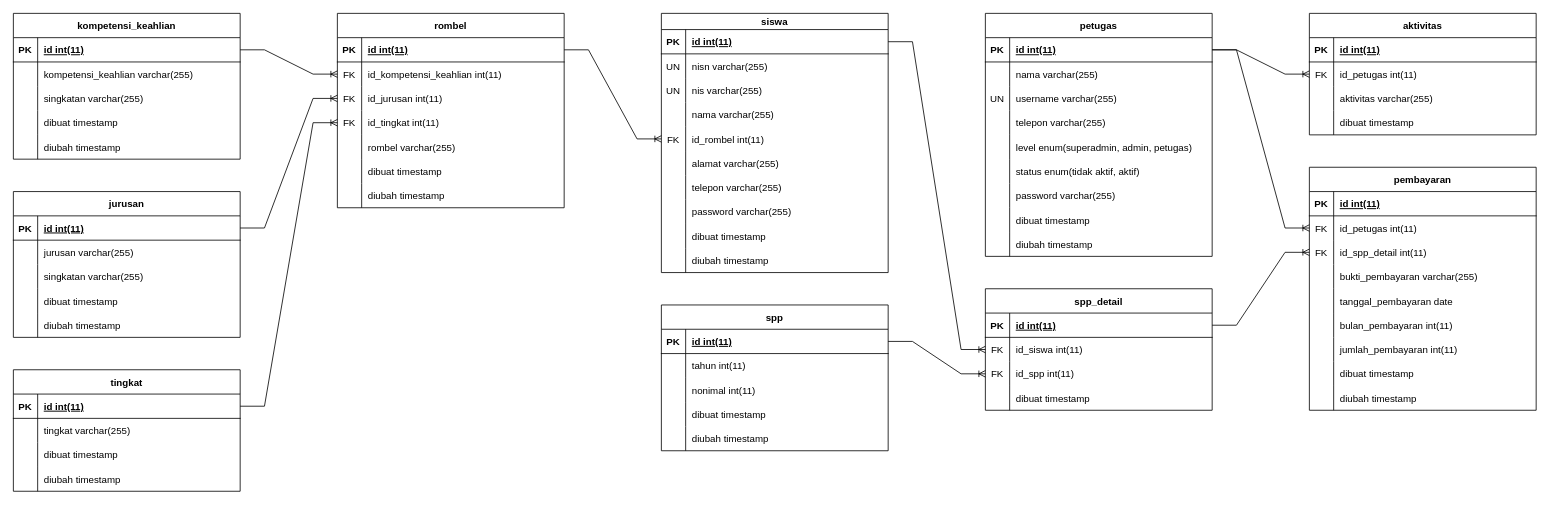
Before: aplikasi-pembayaran-spp-v2.drawio in NotHydra/aplikasi-pembayaran-spp, a draw.io diagram. Source tidied: cells renumbered, new cells numbered last; positions are measured from the earlier drawing's top-left corner, leaving out a move shared by most shapes. Both pictures are drawn from the tidied source at 81%, with x=0, y=0 at pixel (13, 13).
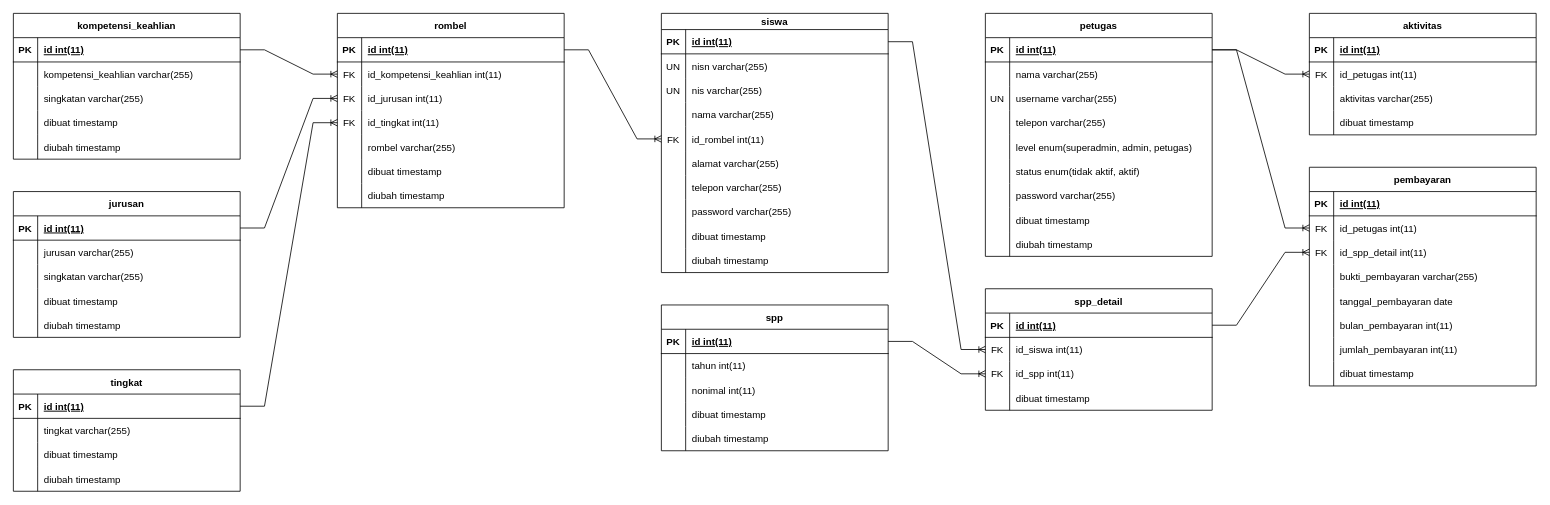
Above is the later version.

Commit message:
feat: remove diubah from pembayaran

Diff of the diagram source:
```diff
@@
     <mxCell id="104" value="pembayaran" style="shape=table;startSize=30;childLayout=tableLayout;rowLines=0;fontStyle=1;align=center;" parent="1" vertex="1">
-      <mxGeometry x="1600" y="190" width="280" height="300" as="geometry" />
+      <mxGeometry x="1600" y="190" width="280" height="270" as="geometry" />
     </mxCell>
@@
-    <mxCell id="129" style="shape=tableRow;horizontal=0;startSize=0;swimlaneHead=0;swimlaneBody=0;fillColor=none;top=0;left=0;right=0;bottom=0;" parent="104" vertex="1">
-      <mxGeometry y="270" width="280" height="30" as="geometry" />
-    </mxCell>
-    <mxCell id="130" style="shape=partialRectangle;fillColor=none;top=0;left=0;bottom=0;right=0;overflow=hidden;" parent="129" vertex="1">
-      <mxGeometry width="30" height="30" as="geometry" />
-    </mxCell>
-    <mxCell id="131" value="diubah timestamp" style="shape=partialRectangle;fillColor=none;top=0;left=0;bottom=0;right=0;align=left;spacingLeft=6;overflow=hidden;" parent="129" vertex="1">
-      <mxGeometry x="30" width="250" height="30" as="geometry" />
-    </mxCell>
```
